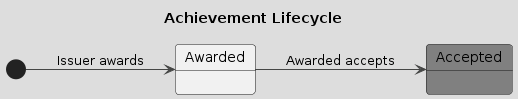
Above: out/puml/StateDiagram-Achievement/AchievementLifecycle.png in en7angled/Decentralized-Belt-System (PlantUML), before the change. The source it was exported from:
```plantuml
@startuml AchievementLifecycle
title Achievement Lifecycle
!theme toy

left to right direction

state Accepted #gray

[*] --> Awarded : Issuer awards
Awarded --> Accepted  : Awarded accepts

@enduml
```
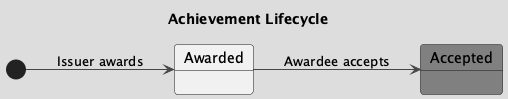
Above is the later version.

Diff of the diagram source:
```diff
@@ -7,6 +7,6 @@
 state Accepted #gray
 
 [*] --> Awarded : Issuer awards
-Awarded --> Accepted  : Awarded accepts
+Awarded --> Accepted  : Awardee accepts
 
 @enduml
```
